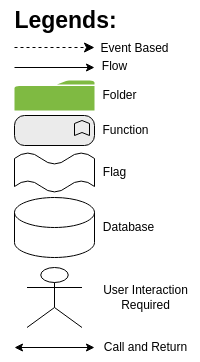
Earlier version of the draw.io export ErgoPulse/architecture.drawio.png (mdsksadi/Automation). Source tidied: cells renumbered, new cells last; positions are measured from the earlier drawing's top-left corner, leaving out a move shared by most shapes.
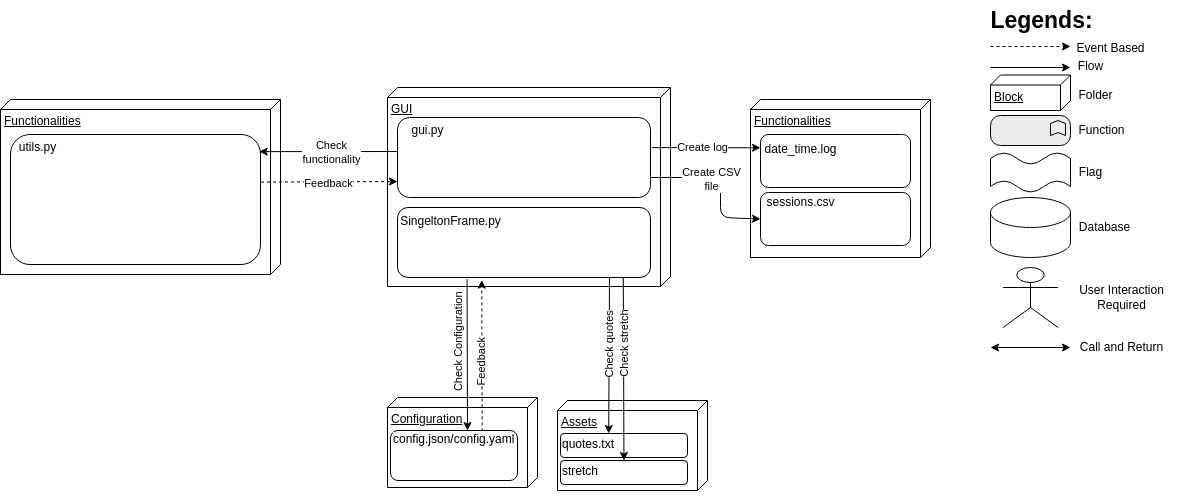
Above is the later version.

The edit, as a diff of the source:
```diff
@@ -5,12 +5,6 @@
     <mxCell id="2" value="&lt;b&gt;&lt;font style=&quot;font-size: 23px;&quot;&gt;Legends:&lt;/font&gt;&lt;/b&gt;" style="text;html=1;align=center;verticalAlign=middle;strokeColor=none;fillColor=none;" parent="1" vertex="1">
       <mxGeometry width="130" height="40" as="geometry" />
     </mxCell>
-    <mxCell id="3" style="edgeStyle=segmentEdgeStyle;endArrow=classic;html=1;curved=0;rounded=0;endSize=8;startSize=8;dashed=1;" parent="1" edge="1">
-      <mxGeometry relative="1" as="geometry">
-        <mxPoint x="14" y="47" as="sourcePoint" />
-        <mxPoint x="94" y="47" as="targetPoint" />
-      </mxGeometry>
-    </mxCell>
     <mxCell id="4" value="Event Based" style="text;html=1;align=center;verticalAlign=middle;strokeColor=none;fillColor=none;" parent="1" vertex="1">
       <mxGeometry x="89" y="33" width="90" height="30" as="geometry" />
     </mxCell>
@@ -35,9 +29,6 @@
     <mxCell id="10" value="Flag" style="text;html=1;align=center;verticalAlign=middle;strokeColor=none;fillColor=none;" parent="1" vertex="1">
       <mxGeometry x="89" y="157" width="50" height="30" as="geometry" />
     </mxCell>
-    <mxCell id="11" style="sketch=0;shadow=0;dashed=0;html=1;strokeColor=none;labelPosition=center;verticalLabelPosition=bottom;verticalAlign=top;align=center;shape=mxgraph.office.concepts.folder;fillColor=#7FBA42;" parent="1" vertex="1">
-      <mxGeometry x="14" y="80" width="80" height="30" as="geometry" />
-    </mxCell>
     <mxCell id="12" style="html=1;whiteSpace=wrap;fillColor=#EBEBEB;shape=mxgraph.archimate3.application;appType=func;archiType=rounded;" parent="1" vertex="1">
       <mxGeometry x="14" y="115" width="80" height="30" as="geometry" />
     </mxCell>
@@ -62,5 +53,155 @@
     <mxCell id="18" value="Call and Return" style="text;html=1;align=center;verticalAlign=middle;strokeColor=none;fillColor=none;" parent="1" vertex="1">
       <mxGeometry x="90" y="332" width="110" height="30" as="geometry" />
     </mxCell>
+    <mxCell id="19" value="Block" style="verticalAlign=top;align=left;spacingTop=8;spacingLeft=2;spacingRight=12;shape=cube;size=10;direction=south;fontStyle=4;html=1;whiteSpace=wrap;" parent="1" vertex="1">
+      <mxGeometry x="14" y="74.5" width="80" height="35.5" as="geometry" />
+    </mxCell>
+    <mxCell id="20" value="Configuration" style="verticalAlign=top;align=left;spacingTop=8;spacingLeft=2;spacingRight=12;shape=cube;size=10;direction=south;fontStyle=4;html=1;whiteSpace=wrap;" parent="1" vertex="1">
+      <mxGeometry x="-589" y="397" width="150" height="90" as="geometry" />
+    </mxCell>
+    <mxCell id="21" value="GUI" style="verticalAlign=top;align=left;spacingTop=8;spacingLeft=2;spacingRight=12;shape=cube;size=10;direction=south;fontStyle=4;html=1;whiteSpace=wrap;" parent="1" vertex="1">
+      <mxGeometry x="-589" y="87" width="283" height="199" as="geometry" />
+    </mxCell>
+    <mxCell id="22" style="endArrow=classic;html=1;dashed=1;" parent="1" edge="1">
+      <mxGeometry relative="1" as="geometry">
+        <mxPoint x="14" y="46" as="sourcePoint" />
+        <mxPoint x="94" y="46" as="targetPoint" />
+      </mxGeometry>
+    </mxCell>
+    <mxCell id="23" style="edgeStyle=none;html=1;exitX=0.722;exitY=0.018;exitDx=0;exitDy=0;exitPerimeter=0;dashed=1;entryX=0.333;entryY=1.038;entryDx=0;entryDy=0;entryPerimeter=0;" parent="1" edge="1" source="29" target="27">
+      <mxGeometry relative="1" as="geometry" />
+    </mxCell>
+    <mxCell id="24" value="Feedback" style="edgeLabel;html=1;align=center;verticalAlign=middle;rotation=-90;" parent="23" vertex="1">
+      <mxGeometry x="-0.25" y="-1" relative="1" as="geometry">
+        <mxPoint x="-2" y="-12" as="offset" />
+      </mxGeometry>
+    </mxCell>
+    <mxCell id="25" style="rounded=1;whiteSpace=wrap;html=1;" parent="1" vertex="1">
+      <mxGeometry x="-579" y="117" width="253" height="80" as="geometry" />
+    </mxCell>
+    <mxCell id="26" value="gui.py" style="text;html=1;align=center;verticalAlign=middle;strokeColor=none;fillColor=none;" parent="1" vertex="1">
+      <mxGeometry x="-579" y="115" width="60" height="30" as="geometry" />
+    </mxCell>
+    <mxCell id="27" style="rounded=1;whiteSpace=wrap;html=1;" parent="1" vertex="1">
+      <mxGeometry x="-579" y="207" width="253" height="70" as="geometry" />
+    </mxCell>
+    <mxCell id="28" value="SingeltonFrame.py" style="text;html=1;align=center;verticalAlign=middle;strokeColor=none;fillColor=none;" parent="1" vertex="1">
+      <mxGeometry x="-586" y="206" width="120" height="30" as="geometry" />
+    </mxCell>
+    <mxCell id="29" style="rounded=1;whiteSpace=wrap;html=1;" parent="1" vertex="1">
+      <mxGeometry x="-586" y="430" width="127" height="50" as="geometry" />
+    </mxCell>
+    <mxCell id="30" value="&lt;span style=&quot;color: rgb(0, 0, 0); font-family: Helvetica; font-style: normal; font-variant-ligatures: normal; font-variant-caps: normal; font-weight: 400; letter-spacing: normal; orphans: 2; text-align: center; text-indent: 0px; text-transform: none; widows: 2; word-spacing: 0px; -webkit-text-stroke-width: 0px; white-space: normal; background-color: rgb(251, 251, 251); text-decoration-thickness: initial; text-decoration-style: initial; text-decoration-color: initial; float: none; display: inline !important;&quot;&gt;&lt;font&gt;config.json/config.yaml&lt;/font&gt;&lt;/span&gt;" style="text;whiteSpace=wrap;html=1;" parent="1" vertex="1">
+      <mxGeometry x="-585" y="425" width="90" height="40" as="geometry" />
+    </mxCell>
+    <mxCell id="31" style="edgeStyle=none;html=1;exitX=0.275;exitY=1.024;exitDx=0;exitDy=0;exitPerimeter=0;" parent="1" edge="1" source="27">
+      <mxGeometry relative="1" as="geometry">
+        <mxPoint x="-509" y="430" as="targetPoint" />
+      </mxGeometry>
+    </mxCell>
+    <mxCell id="32" value="Check Configuration" style="edgeLabel;html=1;align=center;verticalAlign=middle;rotation=-90;" parent="31" vertex="1">
+      <mxGeometry x="-0.1" y="2" relative="1" as="geometry">
+        <mxPoint x="-11" y="-4" as="offset" />
+      </mxGeometry>
+    </mxCell>
+    <mxCell id="33" value="Assets" style="verticalAlign=top;align=left;spacingTop=8;spacingLeft=2;spacingRight=12;shape=cube;size=10;direction=south;fontStyle=4;html=1;whiteSpace=wrap;" parent="1" vertex="1">
+      <mxGeometry x="-419" y="400" width="150" height="90" as="geometry" />
+    </mxCell>
+    <mxCell id="34" style="rounded=1;whiteSpace=wrap;html=1;" parent="1" vertex="1">
+      <mxGeometry x="-416" y="433" width="127" height="24" as="geometry" />
+    </mxCell>
+    <mxCell id="35" value="&lt;span style=&quot;color: rgb(0, 0, 0); font-family: Helvetica; font-style: normal; font-variant-ligatures: normal; font-variant-caps: normal; font-weight: 400; letter-spacing: normal; orphans: 2; text-align: center; text-indent: 0px; text-transform: none; widows: 2; word-spacing: 0px; -webkit-text-stroke-width: 0px; white-space: normal; background-color: rgb(251, 251, 251); text-decoration-thickness: initial; text-decoration-style: initial; text-decoration-color: initial; float: none; display: inline !important;&quot;&gt;&lt;font&gt;quotes.txt&lt;/font&gt;&lt;/span&gt;" style="text;whiteSpace=wrap;html=1;" parent="1" vertex="1">
+      <mxGeometry x="-416" y="430" width="90" height="40" as="geometry" />
+    </mxCell>
+    <mxCell id="36" style="rounded=1;whiteSpace=wrap;html=1;" parent="1" vertex="1">
+      <mxGeometry x="-416" y="460" width="127" height="24" as="geometry" />
+    </mxCell>
+    <mxCell id="37" value="&lt;span style=&quot;color: rgb(0, 0, 0); font-family: Helvetica; font-style: normal; font-variant-ligatures: normal; font-variant-caps: normal; font-weight: 400; letter-spacing: normal; orphans: 2; text-align: center; text-indent: 0px; text-transform: none; widows: 2; word-spacing: 0px; -webkit-text-stroke-width: 0px; white-space: normal; background-color: rgb(251, 251, 251); text-decoration-thickness: initial; text-decoration-style: initial; text-decoration-color: initial; float: none; display: inline !important;&quot;&gt;&lt;font&gt;stretch&lt;/font&gt;&lt;/span&gt;" style="text;whiteSpace=wrap;html=1;" parent="1" vertex="1">
+      <mxGeometry x="-416" y="457" width="90" height="40" as="geometry" />
+    </mxCell>
+    <mxCell id="38" value="Functionalities" style="verticalAlign=top;align=left;spacingTop=8;spacingLeft=2;spacingRight=12;shape=cube;size=10;direction=south;fontStyle=4;html=1;whiteSpace=wrap;" parent="1" vertex="1">
+      <mxGeometry x="-976" y="99" width="280" height="175" as="geometry" />
+    </mxCell>
+    <mxCell id="39" style="edgeStyle=none;html=1;entryX=0;entryY=0.75;entryDx=0;entryDy=0;exitX=1.002;exitY=0.335;exitDx=0;exitDy=0;exitPerimeter=0;dashed=1;" parent="1" edge="1">
+      <mxGeometry relative="1" as="geometry">
+        <mxPoint x="-715.5" y="181.6" as="sourcePoint" />
+        <mxPoint x="-579" y="181" as="targetPoint" />
+      </mxGeometry>
+    </mxCell>
+    <mxCell id="40" value="Feedback" style="edgeLabel;html=1;align=center;verticalAlign=middle;" parent="39" vertex="1">
+      <mxGeometry x="-0.03" y="-1" relative="1" as="geometry" />
+    </mxCell>
+    <mxCell id="41" style="rounded=1;whiteSpace=wrap;html=1;" parent="1" vertex="1">
+      <mxGeometry x="-966" y="134" width="250" height="130" as="geometry" />
+    </mxCell>
+    <mxCell id="42" value="utils.py" style="text;html=1;align=center;verticalAlign=middle;strokeColor=none;fillColor=none;" parent="1" vertex="1">
+      <mxGeometry x="-969" y="132" width="60" height="30" as="geometry" />
+    </mxCell>
+    <mxCell id="43" style="edgeStyle=none;html=1;exitX=0.838;exitY=0.998;exitDx=0;exitDy=0;exitPerimeter=0;" parent="1" edge="1" source="27">
+      <mxGeometry relative="1" as="geometry">
+        <mxPoint x="-367.8" y="433" as="targetPoint" />
+      </mxGeometry>
+    </mxCell>
+    <mxCell id="44" value="Check quotes" style="edgeLabel;html=1;align=center;verticalAlign=middle;rotation=-90;" parent="43" vertex="1">
+      <mxGeometry x="0.28" relative="1" as="geometry">
+        <mxPoint y="-32" as="offset" />
+      </mxGeometry>
+    </mxCell>
+    <mxCell id="45" style="edgeStyle=none;html=1;exitX=0.824;exitY=1.007;exitDx=0;exitDy=0;exitPerimeter=0;" parent="1" edge="1" target="36">
+      <mxGeometry relative="1" as="geometry">
+        <mxPoint x="-353.2" y="276.5" as="sourcePoint" />
+      </mxGeometry>
+    </mxCell>
+    <mxCell id="46" value="Check stretch" style="edgeLabel;html=1;align=center;verticalAlign=middle;rotation=-90;" parent="45" vertex="1">
+      <mxGeometry x="-0.3" relative="1" as="geometry">
+        <mxPoint y="3" as="offset" />
+      </mxGeometry>
+    </mxCell>
+    <mxCell id="47" value="Functionalities" style="verticalAlign=top;align=left;spacingTop=8;spacingLeft=2;spacingRight=12;shape=cube;size=10;direction=south;fontStyle=4;html=1;whiteSpace=wrap;" parent="1" vertex="1">
+      <mxGeometry x="-226" y="99" width="180" height="158" as="geometry" />
+    </mxCell>
+    <mxCell id="48" style="rounded=1;whiteSpace=wrap;html=1;" parent="1" vertex="1">
+      <mxGeometry x="-216" y="134" width="150" height="53" as="geometry" />
+    </mxCell>
+    <mxCell id="49" value="date_time.log" style="text;html=1;align=center;verticalAlign=middle;strokeColor=none;fillColor=none;" parent="1" vertex="1">
+      <mxGeometry x="-226" y="134" width="100" height="30" as="geometry" />
+    </mxCell>
+    <mxCell id="50" value="utils.py" style="text;html=1;align=center;verticalAlign=middle;strokeColor=none;fillColor=none;" parent="1" vertex="1">
+      <mxGeometry x="-216" y="192" width="60" height="30" as="geometry" />
+    </mxCell>
+    <mxCell id="51" style="rounded=1;whiteSpace=wrap;html=1;" parent="1" vertex="1">
+      <mxGeometry x="-216" y="192" width="150" height="53" as="geometry" />
+    </mxCell>
+    <mxCell id="52" value="sessions.csv" style="text;html=1;align=center;verticalAlign=middle;strokeColor=none;fillColor=none;" parent="1" vertex="1">
+      <mxGeometry x="-221" y="187" width="90" height="30" as="geometry" />
+    </mxCell>
+    <mxCell id="53" style="edgeStyle=none;html=1;exitX=1.006;exitY=0.376;exitDx=0;exitDy=0;entryX=0;entryY=0.25;entryDx=0;entryDy=0;exitPerimeter=0;" parent="1" edge="1" source="25" target="48">
+      <mxGeometry relative="1" as="geometry" />
+    </mxCell>
+    <mxCell id="54" value="Create log" style="edgeLabel;html=1;align=center;verticalAlign=middle;" parent="53" vertex="1">
+      <mxGeometry x="-0.08" y="1" relative="1" as="geometry" />
+    </mxCell>
+    <mxCell id="55" style="edgeStyle=none;html=1;exitX=1;exitY=0.75;exitDx=0;exitDy=0;entryX=0;entryY=0.5;entryDx=0;entryDy=0;" parent="1" edge="1" source="25" target="51">
+      <mxGeometry relative="1" as="geometry">
+        <Array as="points">
+          <mxPoint x="-256" y="177" />
+          <mxPoint x="-256" y="217" />
+        </Array>
+      </mxGeometry>
+    </mxCell>
+    <mxCell id="56" value="Create CSV&lt;br&gt;file" style="edgeLabel;html=1;align=center;verticalAlign=middle;" parent="55" vertex="1">
+      <mxGeometry x="-0.2" y="-1" relative="1" as="geometry" />
+    </mxCell>
+    <mxCell id="57" style="edgeStyle=none;html=1;exitX=0;exitY=0.5;exitDx=0;exitDy=0;entryX=0.995;entryY=0.178;entryDx=0;entryDy=0;entryPerimeter=0;" parent="1" edge="1">
+      <mxGeometry relative="1" as="geometry">
+        <mxPoint x="-579" y="151" as="sourcePoint" />
+        <mxPoint x="-717.2" y="151.1" as="targetPoint" />
+      </mxGeometry>
+    </mxCell>
+    <mxCell id="58" value="Check&lt;br&gt;functionality" style="edgeLabel;html=1;align=center;verticalAlign=middle;" parent="57" vertex="1">
+      <mxGeometry x="0.16" relative="1" as="geometry">
+        <mxPoint x="13" as="offset" />
+      </mxGeometry>
+    </mxCell>
   </root>
 </mxGraphModel>
```
